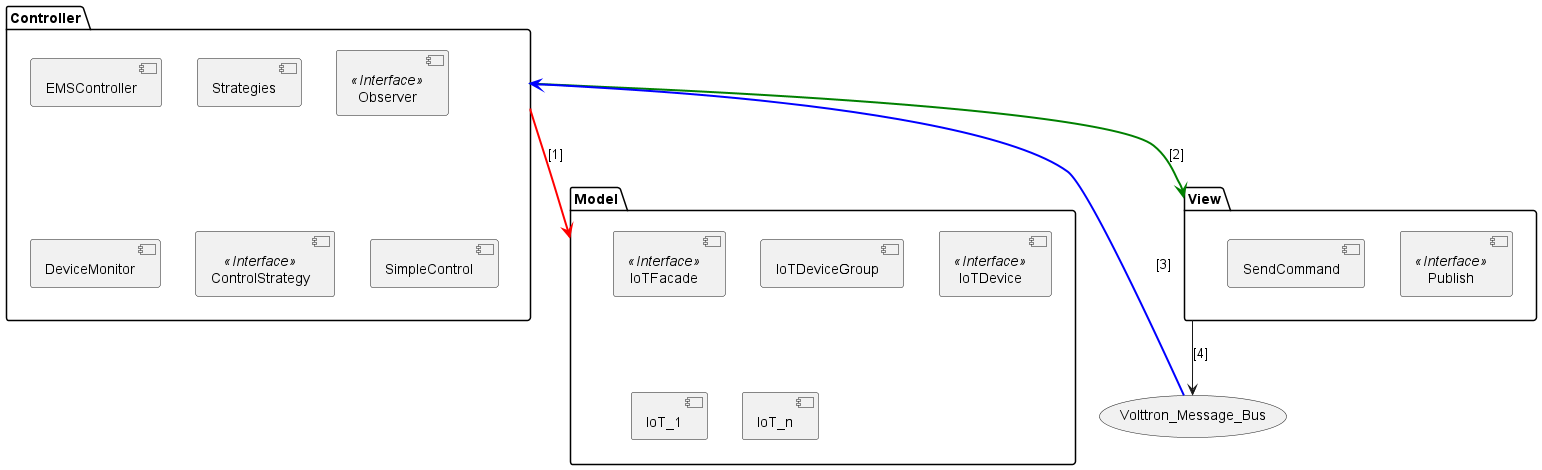
This is out/LPCv1/UML/Components/Components.png from sankanire201/LoadPriorityControl, a PlantUML export, as it was before one commit.
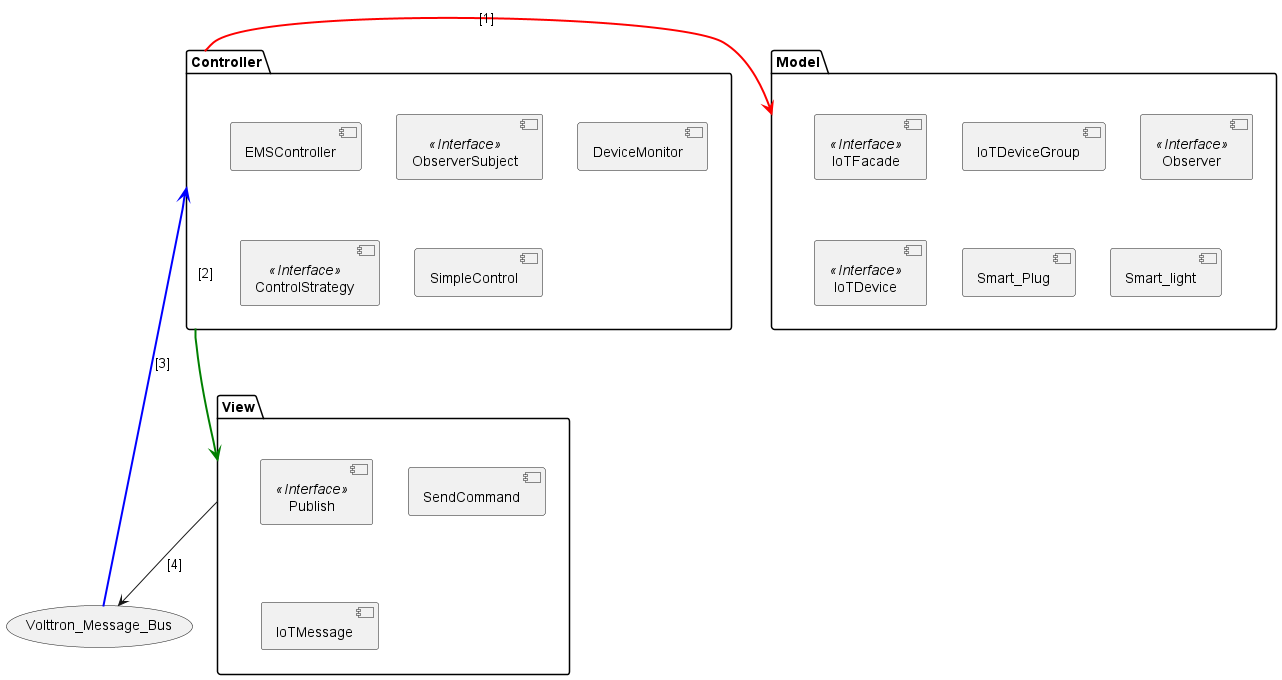
The same file after the commit.

Change to the diagram source:
```diff
@@ -3,15 +3,15 @@
 package "Model" {
     [IoTFacade] <<Interface>>
     [IoTDeviceGroup]
+    [Observer] <<Interface>>
     [IoTDevice] <<Interface>>
-    [IoT_1]
-    [IoT_n]
+    [Smart_Plug]
+    [Smart_light]
 }
 
 package "Controller" {
     [EMSController]
-    [Strategies]
-    [Observer] <<Interface>>
+    [ObserverSubject] <<Interface>>
     [DeviceMonitor]
     [ControlStrategy] <<Interface>>
     [SimpleControl]
@@ -20,6 +20,7 @@
 package "View" {
     [Publish] <<Interface>>
     [SendCommand]
+    [IoTMessage]
 }
 
 
```
